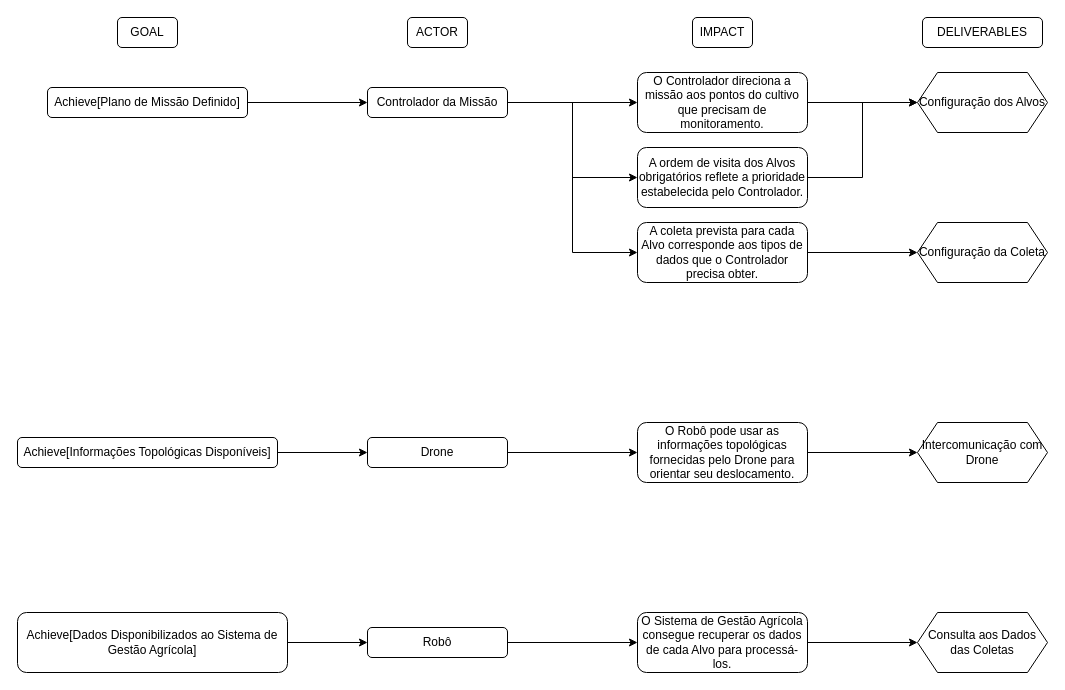
This is page "Página-1" (1 of 2) of fase-3-decisao/diagramas/impact-mapping.drawio from elisrb/projeto-si, a draw.io file, before an edit. Source tidied: cells renumbered, new cells numbered last; positions are measured from the earlier drawing's top-left corner, leaving out a move shared by most shapes. Both pictures are drawn from the tidied source at 100%, with x=0, y=0 at pixel (17, 17).
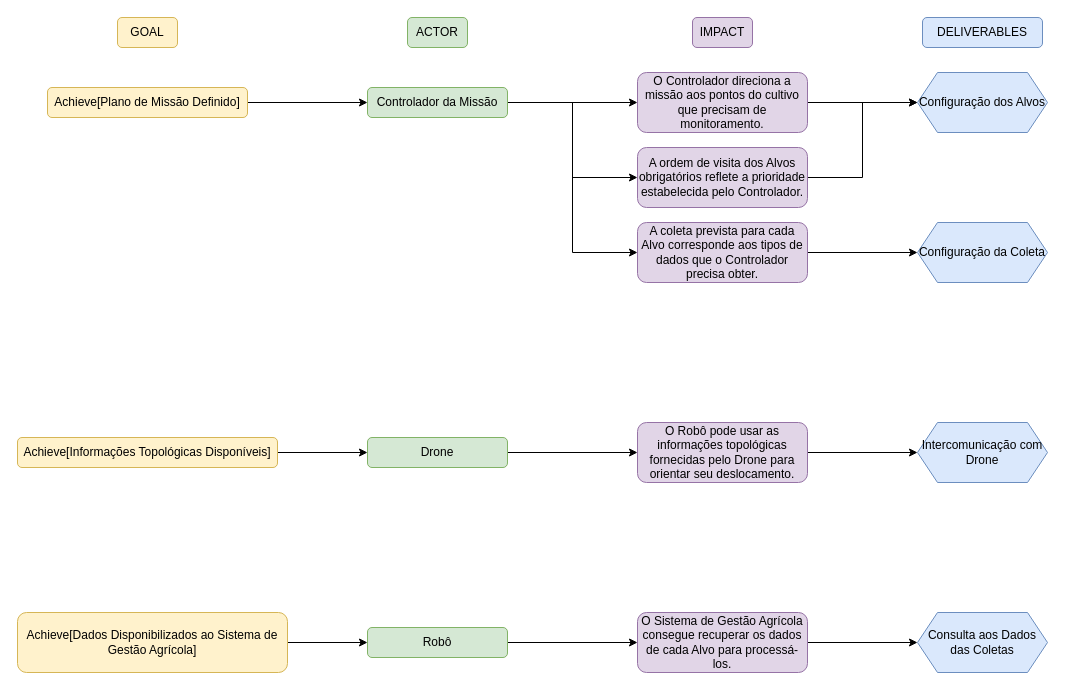
The same page after the edit.

What changed in the source:
```diff
@@
-    <mxCell id="2" value="GOAL" style="rounded=1;whiteSpace=wrap;html=1;roundedPerimeter=1;" parent="1" vertex="1">
+    <mxCell id="2" value="GOAL" style="rounded=1;whiteSpace=wrap;html=1;roundedPerimeter=1;fillColor=#fff2cc;strokeColor=#d6b656;" parent="1" vertex="1">
       <mxGeometry x="100" width="60" height="30" as="geometry" />
     </mxCell>
-    <mxCell id="3" value="ACTOR" style="rounded=1;whiteSpace=wrap;html=1;roundedPerimeter=1;" parent="1" vertex="1">
+    <mxCell id="3" value="ACTOR" style="rounded=1;whiteSpace=wrap;html=1;roundedPerimeter=1;fillColor=#d5e8d4;strokeColor=#82b366;" parent="1" vertex="1">
       <mxGeometry x="390" width="60" height="30" as="geometry" />
     </mxCell>
-    <mxCell id="4" value="IMPACT" style="rounded=1;whiteSpace=wrap;html=1;roundedPerimeter=1;" parent="1" vertex="1">
+    <mxCell id="4" value="IMPACT" style="rounded=1;whiteSpace=wrap;html=1;roundedPerimeter=1;fillColor=#e1d5e7;strokeColor=#9673a6;" parent="1" vertex="1">
       <mxGeometry x="675" width="60" height="30" as="geometry" />
     </mxCell>
-    <mxCell id="5" value="DELIVERABLES" style="rounded=1;whiteSpace=wrap;html=1;roundedPerimeter=1;" parent="1" vertex="1">
+    <mxCell id="5" value="DELIVERABLES" style="rounded=1;whiteSpace=wrap;html=1;roundedPerimeter=1;fillColor=#dae8fc;strokeColor=#6c8ebf;" parent="1" vertex="1">
       <mxGeometry x="905" width="120" height="30" as="geometry" />
     </mxCell>
@@
-    <mxCell id="7" value="Achieve[Plano de Missão Definido]" style="rounded=1;whiteSpace=wrap;html=1;roundedPerimeter=1;" parent="1" vertex="1">
+    <mxCell id="7" value="Achieve[Plano de Missão Definido]" style="rounded=1;whiteSpace=wrap;html=1;roundedPerimeter=1;fillColor=#fff2cc;strokeColor=#d6b656;" parent="1" vertex="1">
       <mxGeometry x="30" y="70" width="200" height="30" as="geometry" />
     </mxCell>
@@
-    <mxCell id="11" value="Controlador da Missão" style="rounded=1;whiteSpace=wrap;html=1;roundedPerimeter=1;" parent="1" vertex="1">
+    <mxCell id="11" value="Controlador da Missão" style="rounded=1;whiteSpace=wrap;html=1;roundedPerimeter=1;fillColor=#d5e8d4;strokeColor=#82b366;" parent="1" vertex="1">
       <mxGeometry x="350" y="70" width="140" height="30" as="geometry" />
     </mxCell>
@@
-    <mxCell id="13" value="O Controlador direciona a missão aos pontos do cultivo que precisam de monitoramento." style="rounded=1;whiteSpace=wrap;html=1;roundedPerimeter=1;" parent="1" vertex="1">
+    <mxCell id="13" value="O Controlador direciona a missão aos pontos do cultivo que precisam de monitoramento." style="rounded=1;whiteSpace=wrap;html=1;roundedPerimeter=1;fillColor=#e1d5e7;strokeColor=#9673a6;" parent="1" vertex="1">
       <mxGeometry x="620" y="55" width="170" height="60" as="geometry" />
     </mxCell>
@@
-    <mxCell id="15" value="A ordem de visita dos Alvos obrigatórios reflete a prioridade estabelecida pelo Controlador." style="rounded=1;whiteSpace=wrap;html=1;roundedPerimeter=1;" parent="1" vertex="1">
+    <mxCell id="15" value="A ordem de visita dos Alvos obrigatórios reflete a prioridade estabelecida pelo Controlador." style="rounded=1;whiteSpace=wrap;html=1;roundedPerimeter=1;fillColor=#e1d5e7;strokeColor=#9673a6;" parent="1" vertex="1">
       <mxGeometry x="620" y="130" width="170" height="60" as="geometry" />
     </mxCell>
@@
-    <mxCell id="17" value="A coleta prevista para cada Alvo corresponde aos tipos de dados que o Controlador precisa obter." style="rounded=1;whiteSpace=wrap;html=1;roundedPerimeter=1;" parent="1" vertex="1">
+    <mxCell id="17" value="A coleta prevista para cada Alvo corresponde aos tipos de dados que o Controlador precisa obter." style="rounded=1;whiteSpace=wrap;html=1;roundedPerimeter=1;fillColor=#e1d5e7;strokeColor=#9673a6;" parent="1" vertex="1">
       <mxGeometry x="620" y="205" width="170" height="60" as="geometry" />
     </mxCell>
-    <mxCell id="18" value="Configuração dos Alvos" style="shape=hexagon;perimeter=hexagonPerimeter2;whiteSpace=wrap;html=1;shapeInside=1;fixedSize=1;" parent="1" vertex="1">
+    <mxCell id="18" value="Configuração dos Alvos" style="shape=hexagon;perimeter=hexagonPerimeter2;whiteSpace=wrap;html=1;shapeInside=1;fixedSize=1;fillColor=#dae8fc;strokeColor=#6c8ebf;" parent="1" vertex="1">
       <mxGeometry x="900" y="55" width="130" height="60" as="geometry" />
     </mxCell>
@@
-    <mxCell id="20" value="Achieve[Informações Topológicas Disponíveis]" style="rounded=1;whiteSpace=wrap;html=1;roundedPerimeter=1;" parent="1" vertex="1">
+    <mxCell id="20" value="Achieve[Informações Topológicas Disponíveis]" style="rounded=1;whiteSpace=wrap;html=1;roundedPerimeter=1;fillColor=#fff2cc;strokeColor=#d6b656;" parent="1" vertex="1">
       <mxGeometry y="420" width="260" height="30" as="geometry" />
     </mxCell>
@@
-    <mxCell id="22" value="Drone" style="rounded=1;whiteSpace=wrap;html=1;roundedPerimeter=1;" parent="1" vertex="1">
+    <mxCell id="22" value="Drone" style="rounded=1;whiteSpace=wrap;html=1;roundedPerimeter=1;fillColor=#d5e8d4;strokeColor=#82b366;" parent="1" vertex="1">
       <mxGeometry x="350" y="420" width="140" height="30" as="geometry" />
     </mxCell>
@@
-    <mxCell id="24" value="O Robô pode usar as informações topológicas fornecidas pelo Drone para orientar seu deslocamento." style="rounded=1;whiteSpace=wrap;html=1;roundedPerimeter=1;" parent="1" vertex="1">
+    <mxCell id="24" value="O Robô pode usar as informações topológicas fornecidas pelo Drone para orientar seu deslocamento." style="rounded=1;whiteSpace=wrap;html=1;roundedPerimeter=1;fillColor=#e1d5e7;strokeColor=#9673a6;" parent="1" vertex="1">
       <mxGeometry x="620" y="405" width="170" height="60" as="geometry" />
     </mxCell>
-    <mxCell id="25" value="Intercomunicação com Drone" style="shape=hexagon;perimeter=hexagonPerimeter2;whiteSpace=wrap;html=1;shapeInside=1;fixedSize=1;" parent="1" vertex="1">
+    <mxCell id="25" value="Intercomunicação com Drone" style="shape=hexagon;perimeter=hexagonPerimeter2;whiteSpace=wrap;html=1;shapeInside=1;fixedSize=1;fillColor=#dae8fc;strokeColor=#6c8ebf;" parent="1" vertex="1">
       <mxGeometry x="900" y="405" width="130" height="60" as="geometry" />
     </mxCell>
@@
-    <mxCell id="27" value="Achieve[Dados Disponibilizados ao Sistema de Gestão Agrícola]" style="rounded=1;whiteSpace=wrap;html=1;roundedPerimeter=1;" parent="1" vertex="1">
+    <mxCell id="27" value="Achieve[Dados Disponibilizados ao Sistema de Gestão Agrícola]" style="rounded=1;whiteSpace=wrap;html=1;roundedPerimeter=1;fillColor=#fff2cc;strokeColor=#d6b656;" parent="1" vertex="1">
       <mxGeometry y="595" width="270" height="60" as="geometry" />
     </mxCell>
@@
-    <mxCell id="29" value="Robô" style="rounded=1;whiteSpace=wrap;html=1;roundedPerimeter=1;" parent="1" vertex="1">
+    <mxCell id="29" value="Robô" style="rounded=1;whiteSpace=wrap;html=1;roundedPerimeter=1;fillColor=#d5e8d4;strokeColor=#82b366;" parent="1" vertex="1">
       <mxGeometry x="350" y="610" width="140" height="30" as="geometry" />
     </mxCell>
@@
-    <mxCell id="31" value="O Sistema de Gestão Agrícola consegue recuperar os dados de cada Alvo para processá-los." style="rounded=1;whiteSpace=wrap;html=1;roundedPerimeter=1;" parent="1" vertex="1">
+    <mxCell id="31" value="O Sistema de Gestão Agrícola consegue recuperar os dados de cada Alvo para processá-los." style="rounded=1;whiteSpace=wrap;html=1;roundedPerimeter=1;fillColor=#e1d5e7;strokeColor=#9673a6;" parent="1" vertex="1">
       <mxGeometry x="620" y="595" width="170" height="60" as="geometry" />
     </mxCell>
-    <mxCell id="32" value="Consulta aos Dados das Coletas" style="shape=hexagon;perimeter=hexagonPerimeter2;whiteSpace=wrap;html=1;shapeInside=1;fixedSize=1;" parent="1" vertex="1">
+    <mxCell id="32" value="Consulta aos Dados das Coletas" style="shape=hexagon;perimeter=hexagonPerimeter2;whiteSpace=wrap;html=1;shapeInside=1;fixedSize=1;fillColor=#dae8fc;strokeColor=#6c8ebf;" parent="1" vertex="1">
       <mxGeometry x="900" y="595" width="130" height="60" as="geometry" />
     </mxCell>
@@
-    <mxCell id="34" value="Configuração da Coleta" style="shape=hexagon;perimeter=hexagonPerimeter2;whiteSpace=wrap;html=1;shapeInside=1;fixedSize=1;" parent="1" vertex="1">
+    <mxCell id="34" value="Configuração da Coleta" style="shape=hexagon;perimeter=hexagonPerimeter2;whiteSpace=wrap;html=1;shapeInside=1;fixedSize=1;fillColor=#dae8fc;strokeColor=#6c8ebf;" parent="1" vertex="1">
       <mxGeometry x="900" y="205" width="130" height="60" as="geometry" />
     </mxCell>
```
